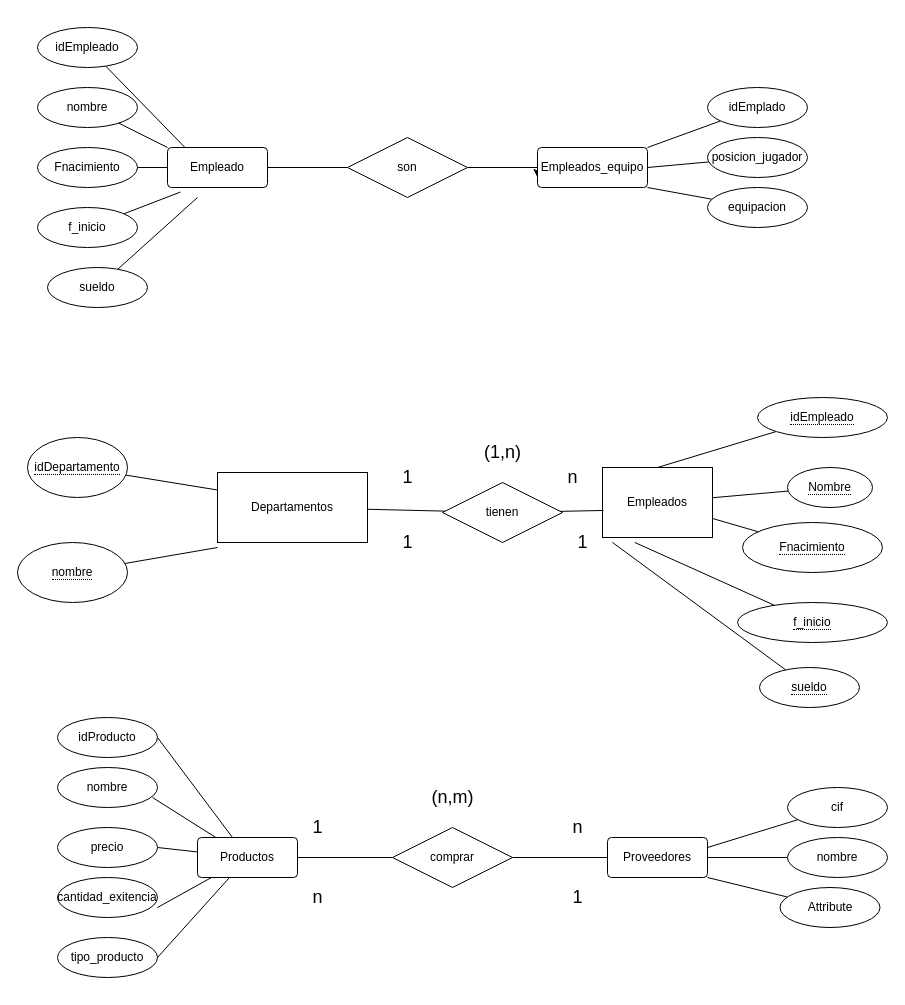
Mani8217/diagram keeps this draw.io diagram as Diagrama sin título.drawio. Above is the earlier version. Source tidied: cells renumbered, new cells numbered last; positions are measured from the earlier drawing's top-left corner, leaving out a move shared by most shapes. Both pictures are drawn from the tidied source at 100%, with x=0, y=0 at pixel (17, 27).
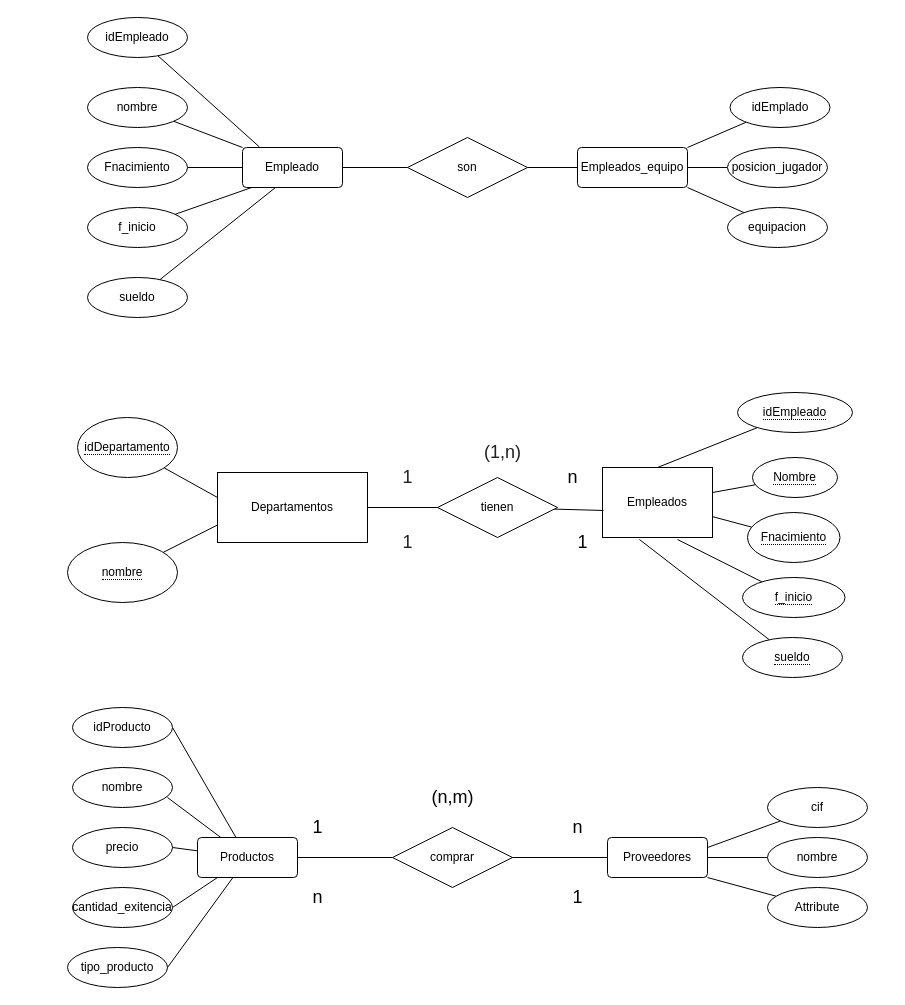
Above is the later version.

Unchanged cells that the change refers to:
```xml
<mxCell id="2" value="Departamentos" style="whiteSpace=wrap;html=1;align=center;" parent="1" vertex="1">
  <mxGeometry x="200" y="445" width="150" height="70" as="geometry" />
</mxCell>
<mxCell id="3" value="Empleados" style="whiteSpace=wrap;html=1;align=center;" parent="1" vertex="1">
  <mxGeometry x="585" y="440" width="110" height="70" as="geometry" />
</mxCell>
<mxCell id="31" value="Productos" style="rounded=1;arcSize=10;whiteSpace=wrap;html=1;align=center;" parent="1" vertex="1">
  <mxGeometry x="180" y="810" width="100" height="40" as="geometry" />
</mxCell>
```

What changed in the source:
```diff
@@
-    <mxCell id="4" style="rounded=0;jettySize=auto;html=1;entryX=0;entryY=0.25;entryDx=0;entryDy=0;endArrow=none;endFill=0;" parent="1" edge="1" source="5" target="2">
-      <mxGeometry relative="1" as="geometry" />
+    <mxCell id="4" style="rounded=0;jettySize=auto;html=1;endArrow=none;endFill=0;" parent="1" edge="1" source="5">
+      <mxGeometry relative="1" as="geometry">
+        <mxPoint x="200" y="470" as="targetPoint" />
+      </mxGeometry>
     </mxCell>
     <mxCell id="5" value="&lt;span style=&quot;border-bottom: 1px dotted&quot;&gt;idDepartamento&lt;/span&gt;" style="ellipse;whiteSpace=wrap;html=1;align=center;" parent="1" vertex="1">
-      <mxGeometry x="10" y="410" width="100" height="60" as="geometry" />
+      <mxGeometry x="60" y="390" width="100" height="60" as="geometry" />
     </mxCell>
-    <mxCell id="6" style="rounded=0;jettySize=auto;html=1;endArrow=none;endFill=0;" parent="1" edge="1" source="7">
-      <mxGeometry relative="1" as="geometry">
-        <mxPoint x="200" y="520" as="targetPoint" />
-      </mxGeometry>
+    <mxCell id="6" style="rounded=0;jettySize=auto;html=1;endArrow=none;endFill=0;entryX=0;entryY=0.75;entryDx=0;entryDy=0;" parent="1" edge="1" source="7" target="2">
+      <mxGeometry relative="1" as="geometry" />
     </mxCell>
     <mxCell id="7" value="&lt;span style=&quot;border-bottom: 1px dotted&quot;&gt;nombre&lt;/span&gt;" style="ellipse;whiteSpace=wrap;html=1;align=center;" parent="1" vertex="1">
-      <mxGeometry y="515" width="110" height="60" as="geometry" />
+      <mxGeometry x="50" y="515" width="110" height="60" as="geometry" />
     </mxCell>
@@
     <mxCell id="9" value="&lt;span style=&quot;border-bottom: 1px dotted&quot;&gt;idEmpleado&lt;/span&gt;" style="ellipse;whiteSpace=wrap;html=1;align=center;" parent="1" vertex="1">
-      <mxGeometry x="740" y="370" width="130" height="40" as="geometry" />
+      <mxGeometry x="720" y="365" width="115" height="40" as="geometry" />
     </mxCell>
@@
     <mxCell id="11" value="&lt;span style=&quot;border-bottom: 1px dotted&quot;&gt;Nombre&lt;/span&gt;" style="ellipse;whiteSpace=wrap;html=1;align=center;" parent="1" vertex="1">
-      <mxGeometry x="770" y="440" width="85" height="40" as="geometry" />
+      <mxGeometry x="735" y="430" width="85" height="40" as="geometry" />
     </mxCell>
@@
     <mxCell id="13" value="&lt;span style=&quot;border-bottom: 1px dotted&quot;&gt;Fnacimiento&lt;/span&gt;" style="ellipse;whiteSpace=wrap;html=1;align=center;" parent="1" vertex="1">
-      <mxGeometry x="725" y="495" width="140" height="50" as="geometry" />
+      <mxGeometry x="730" y="485" width="92.5" height="50" as="geometry" />
     </mxCell>
-    <mxCell id="14" style="rounded=1;jettySize=auto;html=1;entryX=0.294;entryY=1.071;entryDx=0;entryDy=0;entryPerimeter=0;endArrow=none;endFill=0;" parent="1" edge="1" source="15" target="3">
+    <mxCell id="14" style="rounded=1;jettySize=auto;html=1;entryX=0.682;entryY=1.029;entryDx=0;entryDy=0;entryPerimeter=0;endArrow=none;endFill=0;" parent="1" edge="1" source="15" target="3">
       <mxGeometry relative="1" as="geometry" />
     </mxCell>
     <mxCell id="15" value="&lt;span style=&quot;border-bottom: 1px dotted&quot;&gt;f_inicio&lt;/span&gt;" style="ellipse;whiteSpace=wrap;html=1;align=center;" parent="1" vertex="1">
-      <mxGeometry x="720" y="575" width="150" height="40" as="geometry" />
+      <mxGeometry x="725" y="550" width="102.5" height="40" as="geometry" />
     </mxCell>
@@
     <mxCell id="18" value="tienen" style="shape=rhombus;perimeter=rhombusPerimeter;whiteSpace=wrap;html=1;align=center;" parent="1" vertex="1">
-      <mxGeometry x="425" y="455" width="120" height="60" as="geometry" />
+      <mxGeometry x="420" y="450" width="120" height="60" as="geometry" />
     </mxCell>
@@
-    <mxCell id="21" value="1" style="text;html=1;align=center;verticalAlign=middle;strokeColor=none;fillColor=none;fontSize=18;" parent="1" vertex="1">
+    <mxCell id="21" value="1" style="text;html=1;align=center;verticalAlign=middle;strokeColor=none;fillColor=none;fontSize=18;fontColor=#212121;" parent="1" vertex="1">
       <mxGeometry x="375" y="430" width="30" height="40" as="geometry" />
     </mxCell>
-    <mxCell id="22" value="1" style="text;html=1;align=center;verticalAlign=middle;strokeColor=none;fillColor=none;fontSize=18;" parent="1" vertex="1">
+    <mxCell id="22" value="1" style="text;html=1;align=center;verticalAlign=middle;strokeColor=none;fillColor=none;fontSize=18;fontColor=#212121;" parent="1" vertex="1">
       <mxGeometry x="375" y="495" width="30" height="40" as="geometry" />
     </mxCell>
-    <mxCell id="23" value="(1,n)" style="text;html=1;align=center;verticalAlign=middle;strokeColor=none;fillColor=none;fontSize=18;" parent="1" vertex="1">
+    <mxCell id="23" value="(1,n)" style="text;html=1;align=center;verticalAlign=middle;fontSize=18;fontColor=#212121;" parent="1" vertex="1">
       <mxGeometry x="455" y="405" width="60" height="40" as="geometry" />
     </mxCell>
-    <mxCell id="24" style="rounded=0;jettySize=auto;html=1;entryX=0.091;entryY=1.071;entryDx=0;entryDy=0;entryPerimeter=0;endArrow=none;endFill=0;" parent="1" edge="1" source="25" target="3">
+    <mxCell id="24" style="rounded=0;jettySize=auto;html=1;entryX=0.336;entryY=1.029;entryDx=0;entryDy=0;entryPerimeter=0;endArrow=none;endFill=0;" parent="1" edge="1" source="25" target="3">
       <mxGeometry relative="1" as="geometry" />
     </mxCell>
     <mxCell id="25" value="&lt;span style=&quot;border-bottom: 1px dotted&quot;&gt;sueldo&lt;/span&gt;" style="ellipse;whiteSpace=wrap;html=1;align=center;" parent="1" vertex="1">
-      <mxGeometry x="742" y="640" width="100" height="40" as="geometry" />
+      <mxGeometry x="725" y="610" width="100" height="40" as="geometry" />
     </mxCell>
@@
-    <mxCell id="27" style="rounded=0;jettySize=auto;html=1;entryX=1;entryY=0.75;entryDx=0;entryDy=0;entryPerimeter=0;jumpStyle=line;endArrow=none;endFill=0;" parent="1" edge="1" source="31" target="37">
+    <mxCell id="27" style="rounded=0;jettySize=auto;html=1;entryX=1;entryY=0.5;entryDx=0;entryDy=0;jumpStyle=line;endArrow=none;endFill=0;" parent="1" edge="1" source="31" target="37">
       <mxGeometry relative="1" as="geometry" />
     </mxCell>
@@
     <mxCell id="33" value="idProducto" style="ellipse;whiteSpace=wrap;html=1;align=center;" parent="1" vertex="1">
-      <mxGeometry x="40" y="690" width="100" height="40" as="geometry" />
+      <mxGeometry x="55" y="680" width="100" height="40" as="geometry" />
     </mxCell>
     <mxCell id="34" value="nombre" style="ellipse;whiteSpace=wrap;html=1;align=center;" parent="1" vertex="1">
-      <mxGeometry x="40" y="740" width="100" height="40" as="geometry" />
+      <mxGeometry x="55" y="740" width="100" height="40" as="geometry" />
     </mxCell>
     <mxCell id="35" value="precio" style="ellipse;whiteSpace=wrap;html=1;align=center;" parent="1" vertex="1">
-      <mxGeometry x="40" y="800" width="100" height="40" as="geometry" />
+      <mxGeometry x="55" y="800" width="100" height="40" as="geometry" />
     </mxCell>
     <mxCell id="36" value="tipo_producto" style="ellipse;whiteSpace=wrap;html=1;align=center;" parent="1" vertex="1">
-      <mxGeometry x="40" y="910" width="100" height="40" as="geometry" />
+      <mxGeometry x="50" y="920" width="100" height="40" as="geometry" />
     </mxCell>
     <mxCell id="37" value="cantidad_exitencia" style="ellipse;whiteSpace=wrap;html=1;align=center;" parent="1" vertex="1">
-      <mxGeometry x="40" y="850" width="100" height="40" as="geometry" />
+      <mxGeometry x="55" y="860" width="100" height="40" as="geometry" />
     </mxCell>
@@
     <mxCell id="39" value="Attribute" style="ellipse;whiteSpace=wrap;html=1;align=center;" parent="1" vertex="1">
-      <mxGeometry x="762.5" y="860" width="100" height="40" as="geometry" />
+      <mxGeometry x="750" y="860" width="100" height="40" as="geometry" />
     </mxCell>
@@
     <mxCell id="41" value="nombre" style="ellipse;whiteSpace=wrap;html=1;align=center;" parent="1" vertex="1">
-      <mxGeometry x="770" y="810" width="100" height="40" as="geometry" />
+      <mxGeometry x="750" y="810" width="100" height="40" as="geometry" />
     </mxCell>
@@
     <mxCell id="43" value="cif" style="ellipse;whiteSpace=wrap;html=1;align=center;" parent="1" vertex="1">
-      <mxGeometry x="770" y="760" width="100" height="40" as="geometry" />
+      <mxGeometry x="750" y="760" width="100" height="40" as="geometry" />
     </mxCell>
@@
     <mxCell id="53" value="idEmpleado" style="ellipse;whiteSpace=wrap;html=1;align=center;" parent="1" vertex="1">
-      <mxGeometry x="20" width="100" height="40" as="geometry" />
+      <mxGeometry x="70" y="-10" width="100" height="40" as="geometry" />
     </mxCell>
@@
     <mxCell id="55" value="nombre" style="ellipse;whiteSpace=wrap;html=1;align=center;" parent="1" vertex="1">
-      <mxGeometry x="20" y="60" width="100" height="40" as="geometry" />
+      <mxGeometry x="70" y="60" width="100" height="40" as="geometry" />
     </mxCell>
@@
     <mxCell id="57" value="Fnacimiento" style="ellipse;whiteSpace=wrap;html=1;align=center;" parent="1" vertex="1">
-      <mxGeometry x="20" y="120" width="100" height="40" as="geometry" />
+      <mxGeometry x="70" y="120" width="100" height="40" as="geometry" />
     </mxCell>
-    <mxCell id="58" style="rounded=0;jettySize=auto;html=1;entryX=0.13;entryY=1.113;entryDx=0;entryDy=0;entryPerimeter=0;endArrow=none;endFill=0;" parent="1" edge="1" source="59" target="63">
+    <mxCell id="58" style="rounded=0;jettySize=auto;html=1;entryX=0.12;entryY=0.975;entryDx=0;entryDy=0;entryPerimeter=0;endArrow=none;endFill=0;" parent="1" edge="1" source="59" target="63">
       <mxGeometry relative="1" as="geometry" />
     </mxCell>
     <mxCell id="59" value="f_inicio" style="ellipse;whiteSpace=wrap;html=1;align=center;" parent="1" vertex="1">
-      <mxGeometry x="20" y="180" width="100" height="40" as="geometry" />
+      <mxGeometry x="70" y="180" width="100" height="40" as="geometry" />
     </mxCell>
-    <mxCell id="60" style="rounded=0;jettySize=auto;html=1;endArrow=none;endFill=0;" parent="1" edge="1" source="61">
-      <mxGeometry relative="1" as="geometry">
-        <mxPoint x="180" y="170" as="targetPoint" />
-      </mxGeometry>
+    <mxCell id="60" style="rounded=0;jettySize=auto;html=1;endArrow=none;endFill=0;entryX=0.33;entryY=1;entryDx=0;entryDy=0;entryPerimeter=0;" parent="1" edge="1" source="61" target="63">
+      <mxGeometry relative="1" as="geometry" />
     </mxCell>
     <mxCell id="61" value="sueldo" style="ellipse;whiteSpace=wrap;html=1;align=center;" parent="1" vertex="1">
-      <mxGeometry x="30" y="240" width="100" height="40" as="geometry" />
+      <mxGeometry x="70" y="250" width="100" height="40" as="geometry" />
     </mxCell>
@@
     <mxCell id="63" value="Empleado" style="rounded=1;arcSize=10;whiteSpace=wrap;html=1;align=center;" parent="1" vertex="1">
-      <mxGeometry x="150" y="120" width="100" height="40" as="geometry" />
+      <mxGeometry x="225" y="120" width="100" height="40" as="geometry" />
     </mxCell>
@@
     <mxCell id="65" value="son" style="shape=rhombus;perimeter=rhombusPerimeter;whiteSpace=wrap;html=1;align=center;" parent="1" vertex="1">
-      <mxGeometry x="330" y="110" width="120" height="60" as="geometry" />
+      <mxGeometry x="390" y="110" width="120" height="60" as="geometry" />
     </mxCell>
-    <mxCell id="66" style="edgeStyle=orthogonalEdgeStyle;rounded=0;jettySize=auto;html=1;exitX=0;exitY=0.5;exitDx=0;exitDy=0;" parent="1" edge="1" source="67">
-      <mxGeometry relative="1" as="geometry">
-        <mxPoint x="520" y="150" as="targetPoint" />
-      </mxGeometry>
-    </mxCell>
     <mxCell id="67" value="Empleados_equipo" style="rounded=1;arcSize=10;whiteSpace=wrap;html=1;align=center;" parent="1" vertex="1">
-      <mxGeometry x="520" y="120" width="110" height="40" as="geometry" />
+      <mxGeometry x="560" y="120" width="110" height="40" as="geometry" />
     </mxCell>
@@
     <mxCell id="69" value="idEmplado" style="ellipse;whiteSpace=wrap;html=1;align=center;" parent="1" vertex="1">
-      <mxGeometry x="690" y="60" width="100" height="40" as="geometry" />
+      <mxGeometry x="712.5" y="60" width="100" height="40" as="geometry" />
     </mxCell>
@@
     <mxCell id="71" value="posicion_jugador" style="ellipse;whiteSpace=wrap;html=1;align=center;" parent="1" vertex="1">
-      <mxGeometry x="690" y="110" width="100" height="40" as="geometry" />
+      <mxGeometry x="710" y="120" width="100" height="40" as="geometry" />
     </mxCell>
@@
     <mxCell id="73" value="equipacion" style="ellipse;whiteSpace=wrap;html=1;align=center;" parent="1" vertex="1">
-      <mxGeometry x="690" y="160" width="100" height="40" as="geometry" />
+      <mxGeometry x="710" y="180" width="100" height="40" as="geometry" />
     </mxCell>
```
